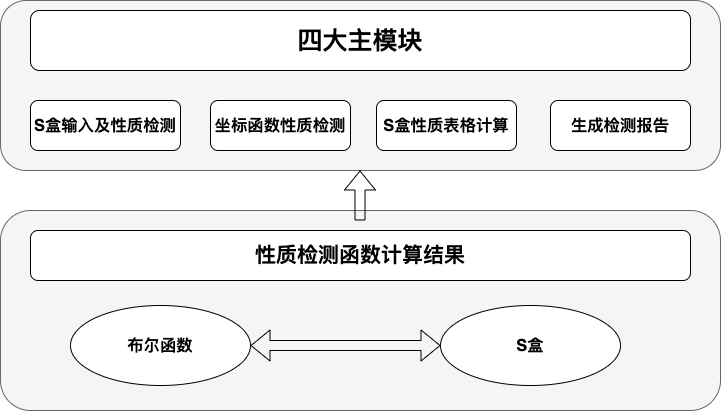
Before: jiagou.png, a diagram exported from draw.io (GRHun/image-PicX). Source tidied: cells renumbered, new cells last; positions are measured from the earlier drawing's top-left corner, leaving out a move shared by most shapes.
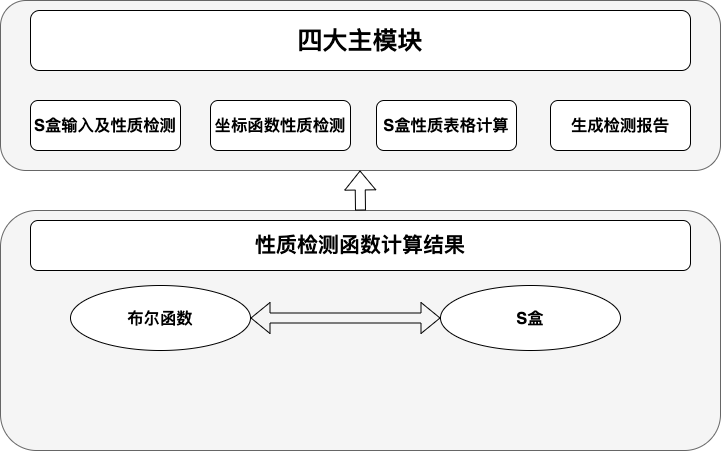
Later version of the same file.

Diff of the diagram source:
```diff
@@ -21,27 +21,25 @@
       <mxGeometry x="550" y="100" width="140" height="50" as="geometry" />
     </mxCell>
     <mxCell id="8" style="rounded=1;whiteSpace=wrap;html=1;labelBackgroundColor=#99FFFF;fontFamily=Times New Roman;fillColor=#f5f5f5;strokeColor=#666666;glass=0;shadow=0;sketch=0;fontColor=#333333;" parent="1" vertex="1">
-      <mxGeometry y="210" width="720" height="200" as="geometry" />
+      <mxGeometry y="210" width="720" height="240" as="geometry" />
     </mxCell>
     <mxCell id="9" value="&lt;h2&gt;性质检测函数计算结果&lt;/h2&gt;" style="rounded=1;whiteSpace=wrap;html=1;shadow=0;glass=0;sketch=0;fontSize=14;" parent="1" vertex="1">
-      <mxGeometry x="30" y="230" width="660" height="50" as="geometry" />
+      <mxGeometry x="30" y="220" width="660" height="50" as="geometry" />
     </mxCell>
     <mxCell id="10" style="shape=flexArrow;endArrow=classic;html=1;rounded=0;fontSize=14;" parent="1" edge="1">
       <mxGeometry relative="1" as="geometry">
-        <mxPoint x="359.5" y="220" as="sourcePoint" />
+        <mxPoint x="360" y="210" as="sourcePoint" />
         <mxPoint x="359.5" y="170" as="targetPoint" />
       </mxGeometry>
     </mxCell>
     <mxCell id="11" value="&lt;h3&gt;布尔函数&lt;/h3&gt;" style="ellipse;whiteSpace=wrap;html=1;rounded=1;shadow=0;glass=0;sketch=0;fontSize=14;" parent="1" vertex="1">
-      <mxGeometry x="70" y="305" width="180" height="80" as="geometry" />
+      <mxGeometry x="70" y="285" width="180" height="65" as="geometry" />
     </mxCell>
     <mxCell id="12" value="&lt;h3&gt;S盒&lt;/h3&gt;" style="ellipse;whiteSpace=wrap;html=1;rounded=1;shadow=0;glass=0;sketch=0;fontSize=14;" parent="1" vertex="1">
-      <mxGeometry x="440" y="305" width="180" height="80" as="geometry" />
+      <mxGeometry x="440" y="285" width="180" height="65" as="geometry" />
     </mxCell>
-    <mxCell id="13" style="shape=flexArrow;endArrow=classic;startArrow=classic;html=1;rounded=0;fontSize=14;exitX=1;exitY=0.5;exitDx=0;exitDy=0;" parent="1" edge="1" source="11">
-      <mxGeometry relative="1" as="geometry">
-        <mxPoint x="440" y="345" as="targetPoint" />
-      </mxGeometry>
+    <mxCell id="13" style="shape=flexArrow;endArrow=classic;startArrow=classic;html=1;rounded=0;fontSize=14;exitX=1;exitY=0.5;exitDx=0;exitDy=0;entryX=0;entryY=0.5;entryDx=0;entryDy=0;" parent="1" edge="1" source="11" target="12">
+      <mxGeometry relative="1" as="geometry" />
     </mxCell>
   </root>
 </mxGraphModel>
```
